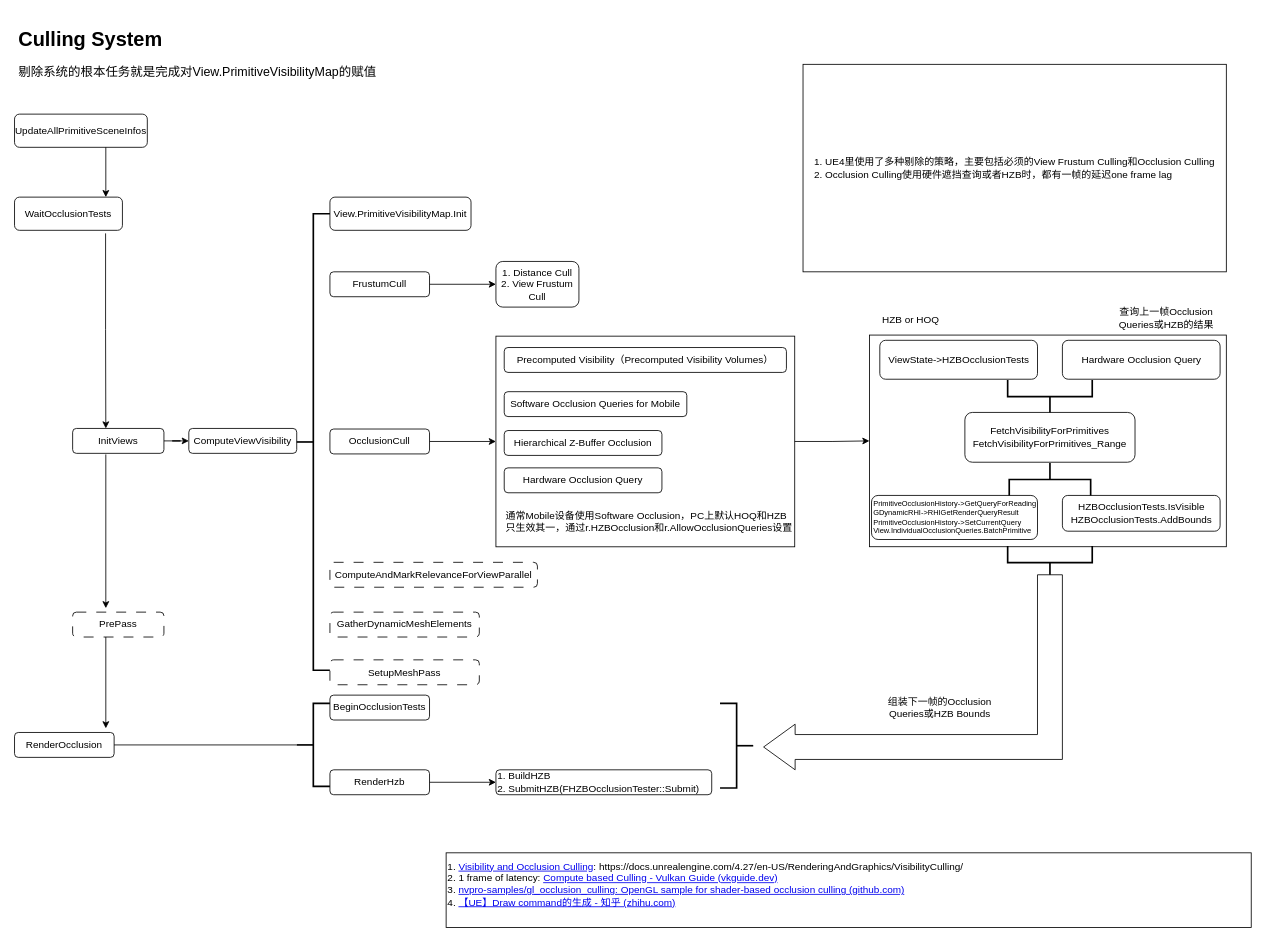
Above: CullingSystem.drawio in cedarz/UE4Gram (draw.io), before the change. Source tidied: cells renumbered, new cells numbered last; positions are measured from the earlier drawing's top-left corner, leaving out a move shared by most shapes. Both pictures are drawn from the tidied source at 83%, with x=0, y=0 at pixel (14, 22).
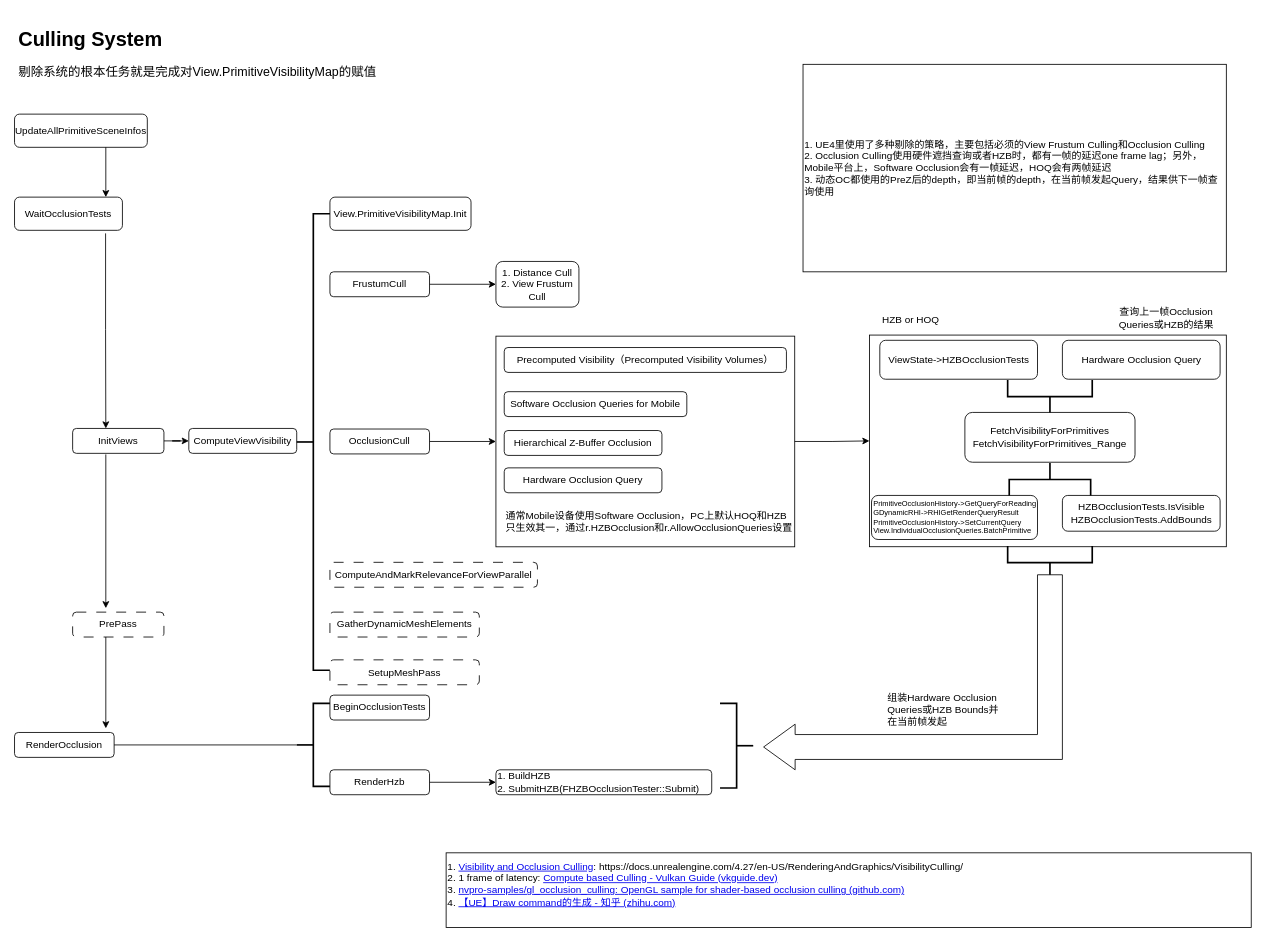
The same page after the edit.

What changed in the source:
```diff
@@
-    <mxCell id="42" value="组装下一帧的Occlusion Queries或HZB Bounds" style="text;html=1;strokeColor=none;fillColor=none;align=center;verticalAlign=middle;whiteSpace=wrap;rounded=0;" parent="1" vertex="1">
-      <mxGeometry x="1050" y="805" width="130" height="40" as="geometry" />
+    <mxCell id="42" value="组装Hardware Occlusion Queries或HZB Bounds并在当前帧发起" style="text;html=1;strokeColor=none;fillColor=none;align=left;verticalAlign=middle;whiteSpace=wrap;rounded=0;" parent="1" vertex="1">
+      <mxGeometry x="1050" y="805" width="140" height="45" as="geometry" />
     </mxCell>
-    <mxCell id="43" value="1. UE4里使用了多种剔除的策略，主要包括必须的View Frustum Culling和Occlusion Culling&lt;br&gt;&lt;div style=&quot;text-align: left;&quot;&gt;&lt;span style=&quot;background-color: initial;&quot;&gt;2. Occlusion Culling使用硬件遮挡查询或者HZB时，都有一帧的延迟&lt;/span&gt;&lt;span style=&quot;background-color: initial;&quot;&gt;one frame lag&lt;/span&gt;&lt;/div&gt;" style="rounded=0;whiteSpace=wrap;html=1;" parent="1" vertex="1">
+    <mxCell id="43" value="1. UE4里使用了多种剔除的策略，主要包括必须的View Frustum Culling和Occlusion Culling&lt;br&gt;&lt;div style=&quot;&quot;&gt;&lt;span style=&quot;background-color: initial;&quot;&gt;2. Occlusion Culling使用硬件遮挡查询或者HZB时，都有一帧的延迟&lt;/span&gt;&lt;span style=&quot;background-color: initial;&quot;&gt;one frame lag；另外，Mobile平台上，Software Occlusion会有一帧延迟，HOQ会有两帧延迟&lt;/span&gt;&lt;/div&gt;&lt;div style=&quot;&quot;&gt;&lt;span style=&quot;background-color: initial;&quot;&gt;3. 动态OC都使用的PreZ后的depth，即当前帧的depth，在当前帧发起Query，结果供下一帧查询使用&lt;/span&gt;&lt;/div&gt;" style="rounded=0;whiteSpace=wrap;html=1;align=left;" parent="1" vertex="1">
       <mxGeometry x="950" y="50" width="510" height="250" as="geometry" />
     </mxCell>
```
